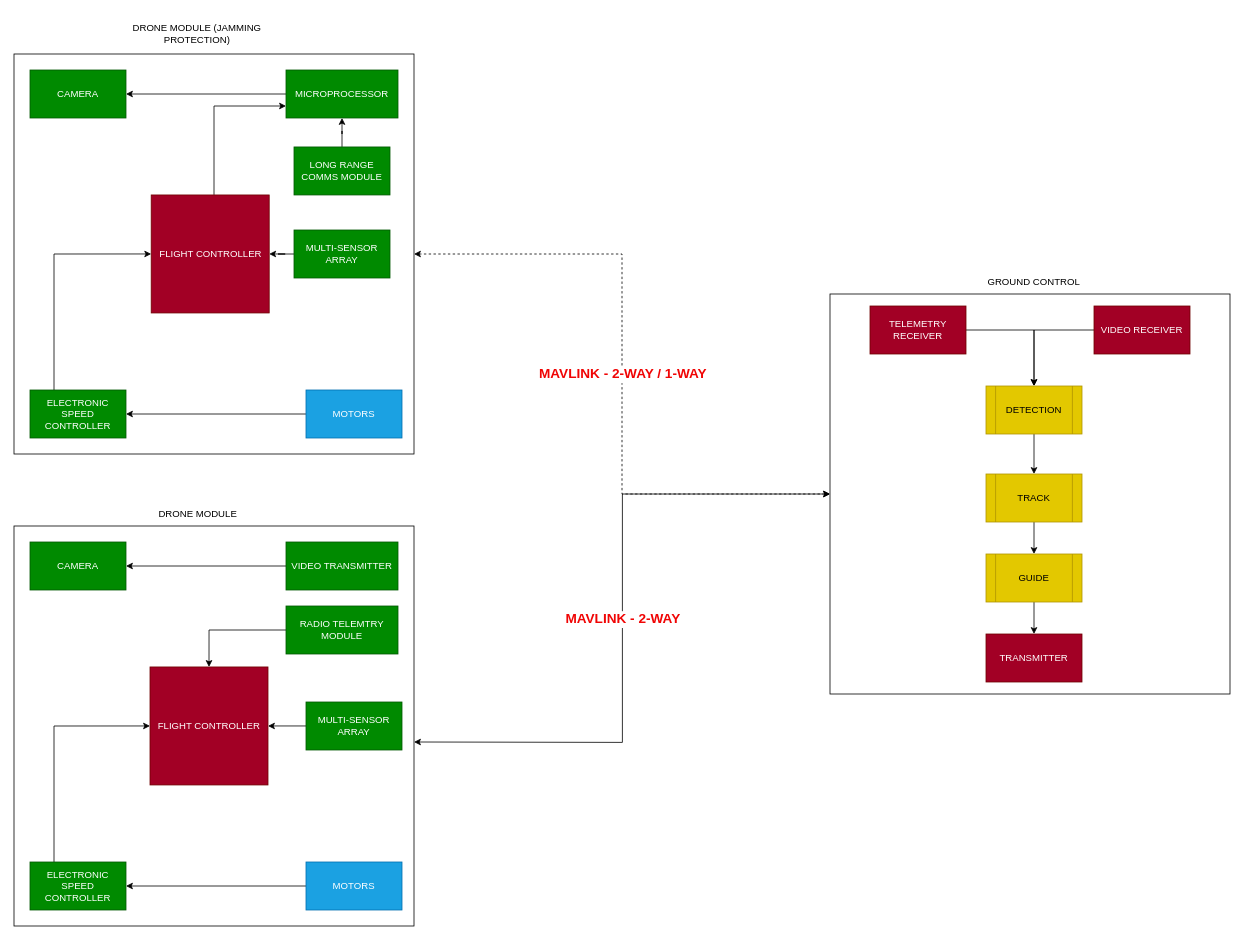
Above: design/component_relationship.drawio in S-Khos/Precision-Guided-Loitering-Drone (draw.io), before the change. Source tidied: cells renumbered, new cells numbered last; positions are measured from the earlier drawing's top-left corner, leaving out a move shared by most shapes. Both pictures are drawn from the tidied source at 80%, with x=0, y=0 at pixel (14, 22).
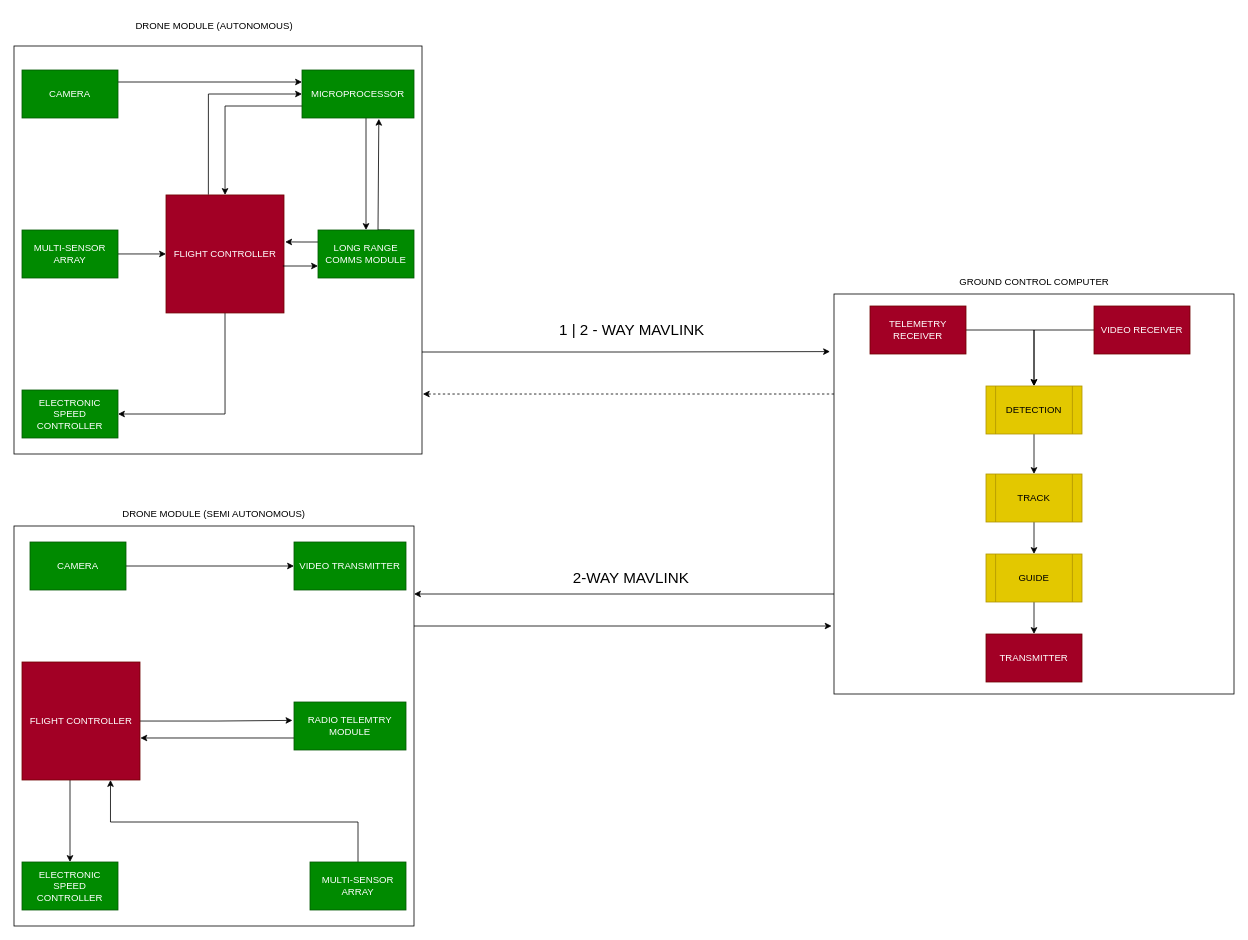
Above is the later version.

The change refers to these unchanged cells:
```xml
<mxCell id="22" style="whiteSpace=wrap;html=1;" parent="1" vertex="1">
  <mxGeometry y="630" width="500" height="500" as="geometry" />
</mxCell>
<mxCell id="29" value="CAMERA" style="rounded=0;whiteSpace=wrap;html=1;fillColor=#008a00;fontColor=#ffffff;strokeColor=#005700;" parent="1" vertex="1">
  <mxGeometry x="20" y="650" width="120" height="60" as="geometry" />
</mxCell>
```

Change to the diagram source:
```diff
@@
-    <mxCell id="2" style="edgeStyle=orthogonalEdgeStyle;rounded=0;jettySize=auto;html=1;endArrow=classic;endFill=1;startArrow=classic;startFill=1;dashed=1;" parent="1" edge="1" source="4" target="15">
+    <mxCell id="2" style="edgeStyle=orthogonalEdgeStyle;rounded=0;jettySize=auto;html=1;exitX=1;exitY=0.75;exitDx=0;exitDy=0;entryX=-0.01;entryY=0.144;entryDx=0;entryDy=0;entryPerimeter=0;" parent="1" edge="1" source="4" target="15">
       <mxGeometry relative="1" as="geometry" />
     </mxCell>
-    <mxCell id="3" value="MAVLINK - 2-WAY / 1-WAY" style="edgeLabel;html=1;align=center;verticalAlign=middle;fontStyle=1;fontSize=17;fontColor=#F00505;" parent="2" vertex="1">
-      <mxGeometry relative="1" as="geometry" />
-    </mxCell>
+    <mxCell id="48" value="&lt;span style=&quot;font-size: 19px;&quot;&gt;1 | 2 - WAY MAVLINK&lt;/span&gt;" style="edgeLabel;html=1;align=center;verticalAlign=middle;" parent="2" vertex="1">
+      <mxGeometry x="0.1" y="2" relative="1" as="geometry">
+        <mxPoint x="-19" y="-25" as="offset" />
+      </mxGeometry>
+    </mxCell>
     <mxCell id="4" style="whiteSpace=wrap;html=1;" parent="1" vertex="1">
-      <mxGeometry y="40" width="500" height="500" as="geometry" />
+      <mxGeometry y="30" width="510" height="510" as="geometry" />
     </mxCell>
-    <mxCell id="5" style="edgeStyle=orthogonalEdgeStyle;rounded=0;jettySize=auto;html=1;entryX=0;entryY=0.75;entryDx=0;entryDy=0;" parent="1" edge="1" source="6" target="10">
-      <mxGeometry relative="1" as="geometry">
-        <Array as="points">
-          <mxPoint x="250" y="105" />
-        </Array>
-      </mxGeometry>
+    <mxCell id="5" style="edgeStyle=orthogonalEdgeStyle;rounded=0;jettySize=auto;html=1;exitX=0.359;exitY=-0.002;exitDx=0;exitDy=0;entryX=0;entryY=0.5;entryDx=0;entryDy=0;exitPerimeter=0;" parent="1" edge="1" source="6" target="10">
+      <mxGeometry relative="1" as="geometry" />
     </mxCell>
+    <mxCell id="49" style="edgeStyle=orthogonalEdgeStyle;rounded=0;jettySize=auto;html=1;entryX=1;entryY=0.5;entryDx=0;entryDy=0;exitX=0.5;exitY=1;exitDx=0;exitDy=0;" parent="1" edge="1" source="6" target="8">
+      <mxGeometry relative="1" as="geometry" />
+    </mxCell>
     <mxCell id="6" value="FLIGHT CONTROLLER" style="whiteSpace=wrap;html=1;fillColor=#a20025;fontColor=#ffffff;strokeColor=#6F0000;" parent="1" vertex="1">
-      <mxGeometry x="171.5" y="216.2" width="147.5" height="147.5" as="geometry" />
+      <mxGeometry x="190" y="216.2" width="147.5" height="147.5" as="geometry" />
     </mxCell>
-    <mxCell id="7" style="edgeStyle=orthogonalEdgeStyle;rounded=0;jettySize=auto;html=1;exitX=0.25;exitY=0;exitDx=0;exitDy=0;entryX=0;entryY=0.5;entryDx=0;entryDy=0;" parent="1" edge="1" source="8" target="6">
-      <mxGeometry relative="1" as="geometry" />
-    </mxCell>
     <mxCell id="8" value="ELECTRONIC SPEED CONTROLLER" style="rounded=0;whiteSpace=wrap;html=1;fillColor=#008a00;fontColor=#ffffff;strokeColor=#005700;" parent="1" vertex="1">
-      <mxGeometry x="20" y="460" width="120" height="60" as="geometry" />
+      <mxGeometry x="10" y="460" width="120" height="60" as="geometry" />
     </mxCell>
-    <mxCell id="9" style="edgeStyle=orthogonalEdgeStyle;rounded=0;jettySize=auto;html=1;exitX=0;exitY=0.5;exitDx=0;exitDy=0;entryX=1;entryY=0.5;entryDx=0;entryDy=0;" parent="1" edge="1" source="10" target="12">
-      <mxGeometry relative="1" as="geometry" />
-    </mxCell>
+    <mxCell id="50" style="edgeStyle=orthogonalEdgeStyle;rounded=0;jettySize=auto;html=1;entryX=0.5;entryY=0;entryDx=0;entryDy=0;" parent="1" edge="1" source="10" target="45">
+      <mxGeometry relative="1" as="geometry">
+        <Array as="points">
+          <mxPoint x="440" y="160" />
+          <mxPoint x="440" y="160" />
+        </Array>
+      </mxGeometry>
+    </mxCell>
+    <mxCell id="51" style="edgeStyle=orthogonalEdgeStyle;rounded=0;jettySize=auto;html=1;exitX=0;exitY=0.75;exitDx=0;exitDy=0;" parent="1" edge="1" source="10" target="6">
+      <mxGeometry relative="1" as="geometry" />
+    </mxCell>
     <mxCell id="10" value="MICROPROCESSOR" style="rounded=0;whiteSpace=wrap;html=1;fillColor=#008a00;fontColor=#ffffff;strokeColor=#005700;" parent="1" vertex="1">
-      <mxGeometry x="340" y="60" width="140" height="60" as="geometry" />
+      <mxGeometry x="360" y="60" width="140" height="60" as="geometry" />
     </mxCell>
-    <mxCell id="11" value="DRONE MODULE (JAMMING PROTECTION)" style="text;html=1;strokeColor=none;fillColor=none;align=center;verticalAlign=middle;whiteSpace=wrap;rounded=0;" parent="1" vertex="1">
-      <mxGeometry x="139" width="180" height="30" as="geometry" />
+    <mxCell id="11" value="DRONE MODULE (AUTONOMOUS)" style="text;html=1;strokeColor=none;fillColor=none;align=center;verticalAlign=middle;whiteSpace=wrap;rounded=0;" parent="1" vertex="1">
+      <mxGeometry x="107.5" y="-10" width="285" height="30" as="geometry" />
     </mxCell>
+    <mxCell id="52" style="edgeStyle=orthogonalEdgeStyle;rounded=0;jettySize=auto;html=1;exitX=1;exitY=0.25;exitDx=0;exitDy=0;entryX=0;entryY=0.25;entryDx=0;entryDy=0;" parent="1" edge="1" source="12" target="10">
+      <mxGeometry relative="1" as="geometry" />
+    </mxCell>
     <mxCell id="12" value="CAMERA" style="rounded=0;whiteSpace=wrap;html=1;fillColor=#008a00;fontColor=#ffffff;strokeColor=#005700;" parent="1" vertex="1">
-      <mxGeometry x="20" y="60" width="120" height="60" as="geometry" />
+      <mxGeometry x="10" y="60" width="120" height="60" as="geometry" />
     </mxCell>
-    <mxCell id="13" style="edgeStyle=orthogonalEdgeStyle;rounded=0;jettySize=auto;html=1;entryX=1;entryY=0.5;entryDx=0;entryDy=0;" parent="1" edge="1" source="14" target="6">
+    <mxCell id="13" style="edgeStyle=orthogonalEdgeStyle;rounded=0;jettySize=auto;html=1;entryX=0;entryY=0.5;entryDx=0;entryDy=0;" parent="1" edge="1" source="14" target="6">
       <mxGeometry relative="1" as="geometry" />
     </mxCell>
     <mxCell id="14" value="MULTI-SENSOR ARRAY" style="rounded=0;whiteSpace=wrap;html=1;fillColor=#008a00;fontColor=#ffffff;strokeColor=#005700;" parent="1" vertex="1">
-      <mxGeometry x="350" y="260" width="120" height="60" as="geometry" />
+      <mxGeometry x="10" y="260" width="120" height="60" as="geometry" />
     </mxCell>
+    <mxCell id="53" style="edgeStyle=orthogonalEdgeStyle;rounded=0;jettySize=auto;html=1;exitX=0;exitY=0.75;exitDx=0;exitDy=0;entryX=1;entryY=0.17;entryDx=0;entryDy=0;entryPerimeter=0;" parent="1" edge="1" source="15" target="22">
+      <mxGeometry relative="1" as="geometry" />
+    </mxCell>
+    <mxCell id="54" style="edgeStyle=orthogonalEdgeStyle;rounded=0;jettySize=auto;html=1;exitX=0;exitY=0.25;exitDx=0;exitDy=0;entryX=1.002;entryY=0.853;entryDx=0;entryDy=0;entryPerimeter=0;dashed=1;" parent="1" edge="1" source="15" target="4">
+      <mxGeometry relative="1" as="geometry" />
+    </mxCell>
     <mxCell id="15" style="whiteSpace=wrap;html=1;" parent="1" vertex="1">
-      <mxGeometry x="1020" y="340" width="500" height="500" as="geometry" />
+      <mxGeometry x="1025" y="340" width="500" height="500" as="geometry" />
     </mxCell>
-    <mxCell id="16" value="GROUND CONTROL" style="text;html=1;strokeColor=none;fillColor=none;align=center;verticalAlign=middle;whiteSpace=wrap;rounded=0;" parent="1" vertex="1">
-      <mxGeometry x="1185" y="310" width="180" height="30" as="geometry" />
+    <mxCell id="16" value="GROUND CONTROL COMPUTER" style="text;html=1;strokeColor=none;fillColor=none;align=center;verticalAlign=middle;whiteSpace=wrap;rounded=0;" parent="1" vertex="1">
+      <mxGeometry x="1173" y="310" width="205" height="30" as="geometry" />
     </mxCell>
@@
-    <mxCell id="19" style="edgeStyle=orthogonalEdgeStyle;rounded=0;jettySize=auto;html=1;entryX=1;entryY=0.5;entryDx=0;entryDy=0;" parent="1" edge="1" source="20" target="8">
-      <mxGeometry relative="1" as="geometry" />
-    </mxCell>
-    <mxCell id="20" value="MOTORS" style="rounded=0;whiteSpace=wrap;html=1;fillColor=#1ba1e2;fontColor=#ffffff;strokeColor=#006EAF;" parent="1" vertex="1">
-      <mxGeometry x="365" y="460" width="120" height="60" as="geometry" />
-    </mxCell>
@@
+    <mxCell id="55" style="edgeStyle=orthogonalEdgeStyle;rounded=0;jettySize=auto;html=1;exitX=1;exitY=0.25;exitDx=0;exitDy=0;entryX=-0.006;entryY=0.83;entryDx=0;entryDy=0;entryPerimeter=0;" parent="1" edge="1" source="22" target="15">
+      <mxGeometry relative="1" as="geometry" />
+    </mxCell>
@@
+    <mxCell id="56" style="edgeStyle=orthogonalEdgeStyle;rounded=0;jettySize=auto;html=1;entryX=0.5;entryY=0;entryDx=0;entryDy=0;" parent="1" edge="1" source="23" target="25">
+      <mxGeometry relative="1" as="geometry">
+        <Array as="points">
+          <mxPoint x="70" y="970" />
+          <mxPoint x="70" y="970" />
+        </Array>
+      </mxGeometry>
+    </mxCell>
+    <mxCell id="57" style="edgeStyle=orthogonalEdgeStyle;rounded=0;jettySize=auto;html=1;entryX=-0.014;entryY=0.383;entryDx=0;entryDy=0;entryPerimeter=0;" parent="1" edge="1" source="23" target="35">
+      <mxGeometry relative="1" as="geometry" />
+    </mxCell>
     <mxCell id="23" value="FLIGHT CONTROLLER" style="whiteSpace=wrap;html=1;fillColor=#a20025;fontColor=#ffffff;strokeColor=#6F0000;" parent="1" vertex="1">
-      <mxGeometry x="170" y="806.2" width="147.5" height="147.5" as="geometry" />
+      <mxGeometry x="10" y="800" width="147.5" height="147.5" as="geometry" />
     </mxCell>
-    <mxCell id="24" style="edgeStyle=orthogonalEdgeStyle;rounded=0;jettySize=auto;html=1;exitX=0.25;exitY=0;exitDx=0;exitDy=0;entryX=0;entryY=0.5;entryDx=0;entryDy=0;" parent="1" edge="1" source="25" target="23">
-      <mxGeometry relative="1" as="geometry" />
-    </mxCell>
     <mxCell id="25" value="ELECTRONIC SPEED CONTROLLER" style="rounded=0;whiteSpace=wrap;html=1;fillColor=#008a00;fontColor=#ffffff;strokeColor=#005700;" parent="1" vertex="1">
-      <mxGeometry x="20" y="1050" width="120" height="60" as="geometry" />
+      <mxGeometry x="10" y="1050" width="120" height="60" as="geometry" />
     </mxCell>
-    <mxCell id="26" style="edgeStyle=orthogonalEdgeStyle;rounded=0;jettySize=auto;html=1;exitX=0;exitY=0.5;exitDx=0;exitDy=0;" parent="1" edge="1" source="27" target="29">
-      <mxGeometry relative="1" as="geometry" />
-    </mxCell>
     <mxCell id="27" value="VIDEO TRANSMITTER" style="rounded=0;whiteSpace=wrap;html=1;fillColor=#008a00;fontColor=#ffffff;strokeColor=#005700;" parent="1" vertex="1">
-      <mxGeometry x="340" y="650" width="140" height="60" as="geometry" />
+      <mxGeometry x="350" y="650" width="140" height="60" as="geometry" />
     </mxCell>
-    <mxCell id="28" value="DRONE MODULE" style="text;html=1;strokeColor=none;fillColor=none;align=center;verticalAlign=middle;whiteSpace=wrap;rounded=0;" parent="1" vertex="1">
-      <mxGeometry x="140" y="600" width="180" height="30" as="geometry" />
+    <mxCell id="28" value="DRONE MODULE (SEMI AUTONOMOUS)" style="text;html=1;strokeColor=none;fillColor=none;align=center;verticalAlign=middle;whiteSpace=wrap;rounded=0;" parent="1" vertex="1">
+      <mxGeometry x="45" y="600" width="410" height="30" as="geometry" />
     </mxCell>
+    <mxCell id="58" style="edgeStyle=orthogonalEdgeStyle;rounded=0;jettySize=auto;html=1;entryX=0;entryY=0.5;entryDx=0;entryDy=0;" parent="1" edge="1" source="29" target="27">
+      <mxGeometry relative="1" as="geometry" />
+    </mxCell>
@@
-    <mxCell id="30" style="edgeStyle=orthogonalEdgeStyle;rounded=0;jettySize=auto;html=1;entryX=1;entryY=0.5;entryDx=0;entryDy=0;" parent="1" edge="1" source="31" target="23">
-      <mxGeometry relative="1" as="geometry" />
+    <mxCell id="30" style="edgeStyle=orthogonalEdgeStyle;rounded=0;jettySize=auto;html=1;entryX=0.75;entryY=1;entryDx=0;entryDy=0;" parent="1" edge="1" source="31" target="23">
+      <mxGeometry relative="1" as="geometry">
+        <Array as="points">
+          <mxPoint x="430" y="1000" />
+          <mxPoint x="121" y="1000" />
+        </Array>
+      </mxGeometry>
     </mxCell>
     <mxCell id="31" value="MULTI-SENSOR ARRAY" style="rounded=0;whiteSpace=wrap;html=1;fillColor=#008a00;fontColor=#ffffff;strokeColor=#005700;" parent="1" vertex="1">
-      <mxGeometry x="365" y="850" width="120" height="60" as="geometry" />
+      <mxGeometry x="370" y="1050" width="120" height="60" as="geometry" />
     </mxCell>
-    <mxCell id="32" style="edgeStyle=orthogonalEdgeStyle;rounded=0;jettySize=auto;html=1;entryX=1;entryY=0.5;entryDx=0;entryDy=0;" parent="1" edge="1" source="33" target="25">
-      <mxGeometry relative="1" as="geometry" />
-    </mxCell>
-    <mxCell id="33" value="MOTORS" style="rounded=0;whiteSpace=wrap;html=1;fillColor=#1ba1e2;fontColor=#ffffff;strokeColor=#006EAF;" parent="1" vertex="1">
-      <mxGeometry x="365" y="1050" width="120" height="60" as="geometry" />
-    </mxCell>
-    <mxCell id="34" style="edgeStyle=orthogonalEdgeStyle;rounded=0;jettySize=auto;html=1;exitX=0;exitY=0.5;exitDx=0;exitDy=0;entryX=0.5;entryY=0;entryDx=0;entryDy=0;" parent="1" edge="1" source="35" target="23">
+    <mxCell id="34" style="edgeStyle=orthogonalEdgeStyle;rounded=0;jettySize=auto;html=1;exitX=0;exitY=0.75;exitDx=0;exitDy=0;entryX=1.003;entryY=0.644;entryDx=0;entryDy=0;entryPerimeter=0;" parent="1" edge="1" source="35" target="23">
       <mxGeometry relative="1" as="geometry" />
     </mxCell>
     <mxCell id="35" value="RADIO TELEMTRY MODULE" style="rounded=0;whiteSpace=wrap;html=1;fillColor=#008a00;fontColor=#ffffff;strokeColor=#005700;" parent="1" vertex="1">
-      <mxGeometry x="340" y="730" width="140" height="60" as="geometry" />
+      <mxGeometry x="350" y="850" width="140" height="60" as="geometry" />
     </mxCell>
-    <mxCell id="36" style="edgeStyle=orthogonalEdgeStyle;rounded=0;jettySize=auto;html=1;entryX=0;entryY=0.5;entryDx=0;entryDy=0;startArrow=classic;startFill=1;" parent="1" edge="1" target="15">
-      <mxGeometry relative="1" as="geometry">
-        <mxPoint x="500" y="900" as="sourcePoint" />
-      </mxGeometry>
-    </mxCell>
-    <mxCell id="37" value="MAVLINK - 2-WAY" style="edgeLabel;html=1;align=center;verticalAlign=middle;fontStyle=1;fontSize=17;fontColor=#F00505;" parent="36" vertex="1">
-      <mxGeometry relative="1" as="geometry" />
-    </mxCell>
@@
-    <mxCell id="44" style="edgeStyle=orthogonalEdgeStyle;rounded=0;jettySize=auto;html=1;" parent="1" edge="1" source="45" target="10">
-      <mxGeometry relative="1" as="geometry" />
+    <mxCell id="44" style="edgeStyle=orthogonalEdgeStyle;rounded=0;jettySize=auto;html=1;exitX=0.75;exitY=0;exitDx=0;exitDy=0;entryX=0.686;entryY=1.017;entryDx=0;entryDy=0;entryPerimeter=0;" parent="1" edge="1" source="45" target="10">
+      <mxGeometry relative="1" as="geometry">
+        <Array as="points">
+          <mxPoint x="455" y="260" />
+        </Array>
+      </mxGeometry>
     </mxCell>
+    <mxCell id="59" style="edgeStyle=orthogonalEdgeStyle;rounded=0;jettySize=auto;html=1;exitX=0;exitY=0.25;exitDx=0;exitDy=0;entryX=1.01;entryY=0.398;entryDx=0;entryDy=0;entryPerimeter=0;" parent="1" edge="1" source="45" target="6">
+      <mxGeometry relative="1" as="geometry" />
+    </mxCell>
+    <mxCell id="60" style="edgeStyle=orthogonalEdgeStyle;rounded=0;jettySize=auto;html=1;exitX=0;exitY=0.75;exitDx=0;exitDy=0;entryX=0.99;entryY=0.602;entryDx=0;entryDy=0;entryPerimeter=0;startArrow=classic;startFill=1;endArrow=none;endFill=0;" parent="1" edge="1" source="45" target="6">
+      <mxGeometry relative="1" as="geometry" />
+    </mxCell>
     <mxCell id="45" value="LONG RANGE COMMS MODULE" style="rounded=0;whiteSpace=wrap;html=1;fillColor=#008a00;fontColor=#ffffff;strokeColor=#005700;" parent="1" vertex="1">
-      <mxGeometry x="350" y="156.2" width="120" height="60" as="geometry" />
+      <mxGeometry x="380" y="260" width="120" height="60" as="geometry" />
     </mxCell>
@@
+    <mxCell id="61" value="&lt;span style=&quot;font-size: 19px;&quot;&gt;2-WAY MAVLINK&lt;/span&gt;" style="edgeLabel;html=1;align=center;verticalAlign=middle;" parent="1" vertex="1">
+      <mxGeometry x="770" y="695" as="geometry" />
+    </mxCell>
```
